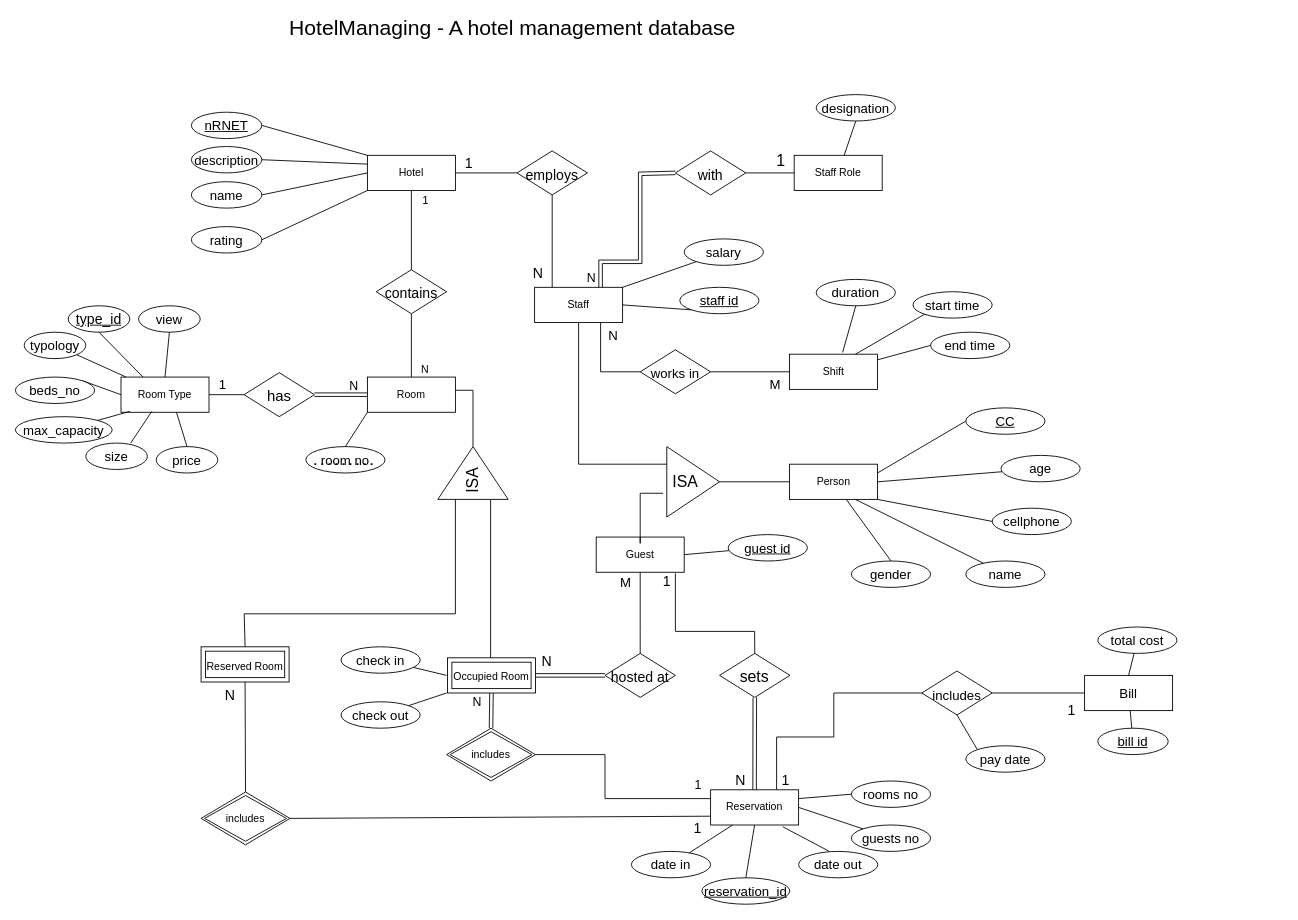
Before: HotelManagingER.drawio in icbaptista/HotelManaging, a draw.io diagram. Source tidied: cells renumbered, new cells numbered last; positions are measured from the earlier drawing's top-left corner, leaving out a move shared by most shapes. Both pictures are drawn from the tidied source at 88%, with x=0, y=0 at pixel (15, 15).
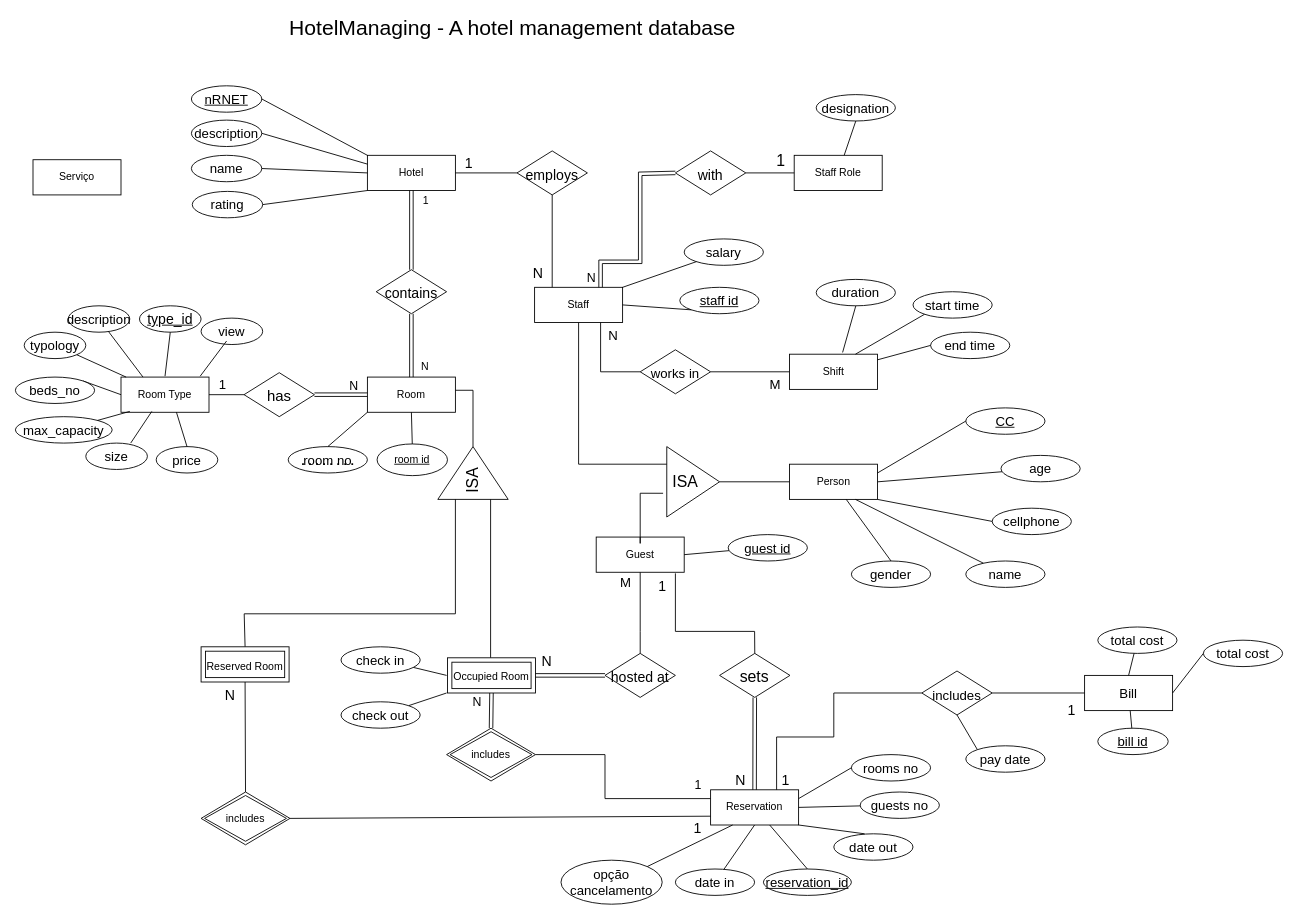
The same diagram, later.

The change refers to these unchanged cells:
```xml
<mxCell id="2" value="Hotel" style="whiteSpace=wrap;html=1;align=center;" parent="1" vertex="1">
  <mxGeometry x="400" y="159" width="100" height="40" as="geometry" />
</mxCell>
<mxCell id="4" value="&lt;font style=&quot;font-size: 16px&quot;&gt;contains&lt;/font&gt;" style="shape=rhombus;perimeter=rhombusPerimeter;whiteSpace=wrap;html=1;align=center;fontSize=24;" parent="1" vertex="1">
  <mxGeometry x="410" y="289" width="80" height="50" as="geometry" />
</mxCell>
<mxCell id="5" value="Room" style="whiteSpace=wrap;html=1;align=center;fontSize=12;" parent="1" vertex="1">
  <mxGeometry x="400" y="411" width="100" height="40" as="geometry" />
</mxCell>
<mxCell id="10" value="Room Type" style="whiteSpace=wrap;html=1;align=center;fontSize=12;" parent="1" vertex="1">
  <mxGeometry x="120" y="411" width="100" height="40" as="geometry" />
</mxCell>
<mxCell id="84" value="Reservation" style="whiteSpace=wrap;html=1;align=center;fontSize=12;" parent="1" vertex="1">
  <mxGeometry x="790" y="880" width="100" height="40" as="geometry" />
</mxCell>
<mxCell id="86" style="endArrow=none;html=1;rounded=0;labelBackgroundColor=default;fontFamily=Helvetica;fontSize=20;fontColor=default;strokeColor=default;shape=connector;exitX=0.5;exitY=0;exitDx=0;exitDy=0;entryX=0.9;entryY=1.031;entryDx=0;entryDy=0;entryPerimeter=0;" parent="1" edge="1" source="85" target="30">
  <mxGeometry relative="1" as="geometry">
    <Array as="points">
      <mxPoint x="840" y="700" />
      <mxPoint x="750" y="700" />
    </Array>
  </mxGeometry>
</mxCell>
<mxCell id="100" value="&lt;font style=&quot;font-size: 15px&quot;&gt;Bill&lt;/font&gt;" style="rounded=0;whiteSpace=wrap;html=1;fontFamily=Helvetica;fontSize=18;fontColor=default;" parent="1" vertex="1">
  <mxGeometry x="1215" y="750" width="100" height="40" as="geometry" />
</mxCell>
```

Change to the diagram source:
```diff
@@
-    <mxCell id="6" style="endArrow=none;html=1;rounded=0;fontSize=12;exitX=0.5;exitY=1;exitDx=0;exitDy=0;entryX=0.5;entryY=0;entryDx=0;entryDy=0;" parent="1" edge="1" source="4" target="5">
-      <mxGeometry relative="1" as="geometry" />
-    </mxCell>
-    <mxCell id="7" value="N" style="html=1;align=right;verticalAlign=bottom;fontSize=12;" parent="6" vertex="1">
-      <mxGeometry x="1" relative="1" as="geometry">
-        <mxPoint x="20" as="offset" />
-      </mxGeometry>
-    </mxCell>
-    <mxCell id="8" style="endArrow=none;html=1;rounded=0;fontSize=18;entryX=0.5;entryY=1;entryDx=0;entryDy=0;" parent="1" edge="1" source="4" target="2">
-      <mxGeometry relative="1" as="geometry" />
-    </mxCell>
-    <mxCell id="9" value="1" style="html=1;align=right;verticalAlign=bottom;fontSize=13;" parent="8" vertex="1">
-      <mxGeometry x="1" relative="1" as="geometry">
-        <mxPoint x="20" y="21" as="offset" />
-      </mxGeometry>
-    </mxCell>
@@
     <mxCell id="36" value="name" style="ellipse;whiteSpace=wrap;html=1;fontFamily=Helvetica;fontSize=15;fontColor=default;" parent="1" vertex="1">
-      <mxGeometry x="200" y="189" width="80" height="30" as="geometry" />
+      <mxGeometry x="200" y="159" width="80" height="30" as="geometry" />
     </mxCell>
     <mxCell id="37" value="description" style="ellipse;whiteSpace=wrap;html=1;fontFamily=Helvetica;fontSize=15;fontColor=default;" parent="1" vertex="1">
-      <mxGeometry x="200" y="149" width="80" height="30" as="geometry" />
+      <mxGeometry x="200" y="119" width="80" height="30" as="geometry" />
     </mxCell>
     <mxCell id="38" value="&lt;u&gt;nRNET&lt;/u&gt;" style="ellipse;whiteSpace=wrap;html=1;fontFamily=Helvetica;fontSize=15;fontColor=default;" parent="1" vertex="1">
-      <mxGeometry x="200" y="110" width="80" height="30" as="geometry" />
+      <mxGeometry x="200" y="80" width="80" height="30" as="geometry" />
     </mxCell>
@@
     <mxCell id="44" value="rating" style="ellipse;whiteSpace=wrap;html=1;fontFamily=Helvetica;fontSize=15;fontColor=default;" parent="1" vertex="1">
-      <mxGeometry x="200" y="240" width="80" height="30" as="geometry" />
+      <mxGeometry x="201" y="200" width="80" height="30" as="geometry" />
     </mxCell>
@@
     <mxCell id="73" value="room no" style="ellipse;whiteSpace=wrap;html=1;fontFamily=Helvetica;fontSize=15;fontColor=default;" parent="1" vertex="1">
-      <mxGeometry x="330" y="490" width="90" height="30" as="geometry" />
+      <mxGeometry x="310" y="490" width="90" height="30" as="geometry" />
     </mxCell>
     <mxCell id="74" style="endArrow=none;dashed=1;html=1;dashPattern=1 3;strokeWidth=2;rounded=0;labelBackgroundColor=default;fontFamily=Helvetica;fontSize=15;fontColor=default;shape=connector;" parent="1" edge="1">
       <mxGeometry relative="1" as="geometry">
-        <mxPoint x="339.8" y="510" as="sourcePoint" />
-        <mxPoint x="409.8" y="510" as="targetPoint" />
+        <mxPoint x="325.8" y="510" as="sourcePoint" />
+        <mxPoint x="384" y="510" as="targetPoint" />
       </mxGeometry>
     </mxCell>
@@
     <mxCell id="87" value="1" style="html=1;align=right;verticalAlign=bottom;fontFamily=Helvetica;fontSize=16;fontColor=default;" parent="86" vertex="1">
       <mxGeometry x="1" relative="1" as="geometry">
-        <mxPoint x="-5" y="20" as="offset" />
+        <mxPoint x="-10" y="26" as="offset" />
       </mxGeometry>
     </mxCell>
@@
     <mxCell id="92" value="date in" style="ellipse;whiteSpace=wrap;html=1;fontFamily=Helvetica;fontSize=15;fontColor=default;" parent="1" vertex="1">
-      <mxGeometry x="700" y="950" width="90" height="30" as="geometry" />
+      <mxGeometry x="750" y="970" width="90" height="30" as="geometry" />
     </mxCell>
     <mxCell id="93" value="date out" style="ellipse;whiteSpace=wrap;html=1;fontFamily=Helvetica;fontSize=15;fontColor=default;" parent="1" vertex="1">
-      <mxGeometry x="890" y="950" width="90" height="30" as="geometry" />
+      <mxGeometry x="930" y="930" width="90" height="30" as="geometry" />
     </mxCell>
-    <mxCell id="94" style="endArrow=none;html=1;rounded=0;labelBackgroundColor=default;fontFamily=Helvetica;fontSize=15;fontColor=default;strokeColor=default;shape=connector;entryX=0.25;entryY=1;entryDx=0;entryDy=0;" parent="1" edge="1" source="92" target="84">
+    <mxCell id="94" style="endArrow=none;html=1;rounded=0;labelBackgroundColor=default;fontFamily=Helvetica;fontSize=15;fontColor=default;strokeColor=default;shape=connector;entryX=0.5;entryY=1;entryDx=0;entryDy=0;" parent="1" edge="1" source="92" target="84">
       <mxGeometry relative="1" as="geometry" />
     </mxCell>
-    <mxCell id="95" style="endArrow=none;html=1;rounded=0;labelBackgroundColor=default;fontFamily=Helvetica;fontSize=15;fontColor=default;strokeColor=default;shape=connector;exitX=0.389;exitY=0;exitDx=0;exitDy=0;exitPerimeter=0;entryX=0.82;entryY=1.05;entryDx=0;entryDy=0;entryPerimeter=0;" parent="1" edge="1" source="93" target="84">
-      <mxGeometry relative="1" as="geometry" />
+    <mxCell id="95" style="endArrow=none;html=1;rounded=0;labelBackgroundColor=default;fontFamily=Helvetica;fontSize=15;fontColor=default;strokeColor=default;shape=connector;exitX=0.389;exitY=0;exitDx=0;exitDy=0;exitPerimeter=0;" parent="1" edge="1" source="93">
+      <mxGeometry relative="1" as="geometry">
+        <mxPoint x="890" y="920" as="targetPoint" />
+      </mxGeometry>
     </mxCell>
     <mxCell id="96" value="guests no" style="ellipse;whiteSpace=wrap;html=1;fontFamily=Helvetica;fontSize=15;fontColor=default;" parent="1" vertex="1">
-      <mxGeometry x="950" y="920" width="90" height="30" as="geometry" />
+      <mxGeometry x="960" y="882.5" width="90" height="30" as="geometry" />
     </mxCell>
@@
     <mxCell id="98" value="rooms no" style="ellipse;whiteSpace=wrap;html=1;fontFamily=Helvetica;fontSize=15;fontColor=default;" parent="1" vertex="1">
-      <mxGeometry x="950" y="870" width="90" height="30" as="geometry" />
+      <mxGeometry x="950" y="840" width="90" height="30" as="geometry" />
     </mxCell>
@@
     <mxCell id="113" value="&lt;u&gt;type_id&lt;/u&gt;" style="ellipse;whiteSpace=wrap;html=1;fontSize=16;" parent="1" vertex="1">
-      <mxGeometry x="60" y="330" width="70" height="30" as="geometry" />
+      <mxGeometry x="141" y="330" width="70" height="30" as="geometry" />
     </mxCell>
-    <mxCell id="114" style="endArrow=none;html=1;rounded=0;fontSize=16;exitX=0.25;exitY=0;exitDx=0;exitDy=0;entryX=0.5;entryY=1;entryDx=0;entryDy=0;" parent="1" edge="1" source="10" target="113">
-      <mxGeometry relative="1" as="geometry" />
+    <mxCell id="114" style="endArrow=none;html=1;rounded=0;fontSize=16;entryX=0.5;entryY=1;entryDx=0;entryDy=0;" parent="1" edge="1" target="113">
+      <mxGeometry relative="1" as="geometry">
+        <mxPoint x="170" y="410" as="sourcePoint" />
+      </mxGeometry>
     </mxCell>
@@
     <mxCell id="116" value="view" style="ellipse;whiteSpace=wrap;html=1;fontFamily=Helvetica;fontSize=15;fontColor=default;" parent="1" vertex="1">
-      <mxGeometry x="140" y="330" width="70" height="30" as="geometry" />
+      <mxGeometry x="211" y="344" width="70" height="30" as="geometry" />
     </mxCell>
-    <mxCell id="117" style="endArrow=none;html=1;rounded=0;fontSize=16;exitX=0.5;exitY=0;exitDx=0;exitDy=0;entryX=0.5;entryY=1;entryDx=0;entryDy=0;" parent="1" edge="1" source="10" target="116">
-      <mxGeometry relative="1" as="geometry" />
+    <mxCell id="117" style="endArrow=none;html=1;rounded=0;fontSize=16;" parent="1" edge="1">
+      <mxGeometry relative="1" as="geometry">
+        <mxPoint x="210" y="410" as="sourcePoint" />
+        <mxPoint x="240" y="370" as="targetPoint" />
+      </mxGeometry>
     </mxCell>
@@
     <mxCell id="121" value="&lt;u&gt;reservation_id&lt;/u&gt;" style="ellipse;whiteSpace=wrap;html=1;fontFamily=Helvetica;fontSize=15;fontColor=default;" parent="1" vertex="1">
-      <mxGeometry x="780" y="980" width="100" height="30" as="geometry" />
+      <mxGeometry x="850" y="970" width="100" height="30" as="geometry" />
     </mxCell>
-    <mxCell id="122" style="endArrow=none;html=1;rounded=0;fontSize=16;exitX=0.5;exitY=0;exitDx=0;exitDy=0;entryX=0.5;entryY=1;entryDx=0;entryDy=0;" parent="1" edge="1" source="121" target="84">
+    <mxCell id="122" style="endArrow=none;html=1;rounded=0;fontSize=16;exitX=0.5;exitY=0;exitDx=0;exitDy=0;" parent="1" edge="1" source="121" target="84">
       <mxGeometry relative="1" as="geometry" />
     </mxCell>
@@
+    <mxCell id="144" value="opção cancelamento" style="ellipse;whiteSpace=wrap;html=1;fontFamily=Helvetica;fontSize=15;fontColor=default;" parent="1" vertex="1">
+      <mxGeometry x="620" y="960" width="115" height="50" as="geometry" />
+    </mxCell>
+    <mxCell id="145" style="endArrow=none;html=1;rounded=0;exitX=1;exitY=0;exitDx=0;exitDy=0;entryX=0.25;entryY=1;entryDx=0;entryDy=0;" parent="1" edge="1" source="144" target="84">
+      <mxGeometry relative="1" as="geometry" />
+    </mxCell>
+    <mxCell id="8" style="shape=link;html=1;rounded=0;entryX=0.5;entryY=1;entryDx=0;entryDy=0;exitX=0.5;exitY=0;exitDx=0;exitDy=0;" parent="1" edge="1" source="4" target="2">
+      <mxGeometry relative="1" as="geometry" />
+    </mxCell>
+    <mxCell id="9" value="1" style="html=1;align=right;verticalAlign=bottom;" parent="8" vertex="1">
+      <mxGeometry x="1" relative="1" as="geometry">
+        <mxPoint x="20" y="20" as="offset" />
+      </mxGeometry>
+    </mxCell>
+    <mxCell id="6" style="shape=link;html=1;rounded=0;entryX=0.5;entryY=0;entryDx=0;entryDy=0;exitX=0.5;exitY=1;exitDx=0;exitDy=0;" parent="1" edge="1" source="4" target="5">
+      <mxGeometry relative="1" as="geometry" />
+    </mxCell>
+    <mxCell id="7" value="N" style="html=1;align=right;verticalAlign=bottom;" parent="6" vertex="1">
+      <mxGeometry x="1" relative="1" as="geometry">
+        <mxPoint x="20" y="-4" as="offset" />
+      </mxGeometry>
+    </mxCell>
+    <mxCell id="146" value="&lt;font style=&quot;font-size: 15px&quot;&gt;description&lt;/font&gt;" style="ellipse;whiteSpace=wrap;html=1;fontSize=16;" parent="1" vertex="1">
+      <mxGeometry x="60" y="330" width="70" height="30" as="geometry" />
+    </mxCell>
+    <mxCell id="147" style="endArrow=none;html=1;rounded=0;exitX=0.25;exitY=0;exitDx=0;exitDy=0;" parent="1" edge="1" source="10" target="146">
+      <mxGeometry relative="1" as="geometry" />
+    </mxCell>
+    <mxCell id="148" value="&lt;u&gt;room id&lt;/u&gt;" style="ellipse;whiteSpace=wrap;html=1;" parent="1" vertex="1">
+      <mxGeometry x="411" y="487" width="80" height="36" as="geometry" />
+    </mxCell>
+    <mxCell id="149" style="endArrow=none;html=1;rounded=0;exitX=0.5;exitY=0;exitDx=0;exitDy=0;entryX=0.5;entryY=1;entryDx=0;entryDy=0;" parent="1" edge="1" source="148" target="5">
+      <mxGeometry relative="1" as="geometry" />
+    </mxCell>
+    <mxCell id="150" value="Serviço" style="whiteSpace=wrap;html=1;align=center;" parent="1" vertex="1">
+      <mxGeometry x="20" y="164" width="100" height="40" as="geometry" />
+    </mxCell>
+    <mxCell id="151" value="total cost" style="ellipse;whiteSpace=wrap;html=1;fontFamily=Helvetica;fontSize=15;fontColor=default;" parent="1" vertex="1">
+      <mxGeometry x="1350" y="710" width="90" height="30" as="geometry" />
+    </mxCell>
+    <mxCell id="152" style="endArrow=none;html=1;rounded=0;exitX=1;exitY=0.5;exitDx=0;exitDy=0;entryX=0;entryY=0.5;entryDx=0;entryDy=0;" parent="1" edge="1" source="100" target="151">
+      <mxGeometry relative="1" as="geometry" />
+    </mxCell>
```
